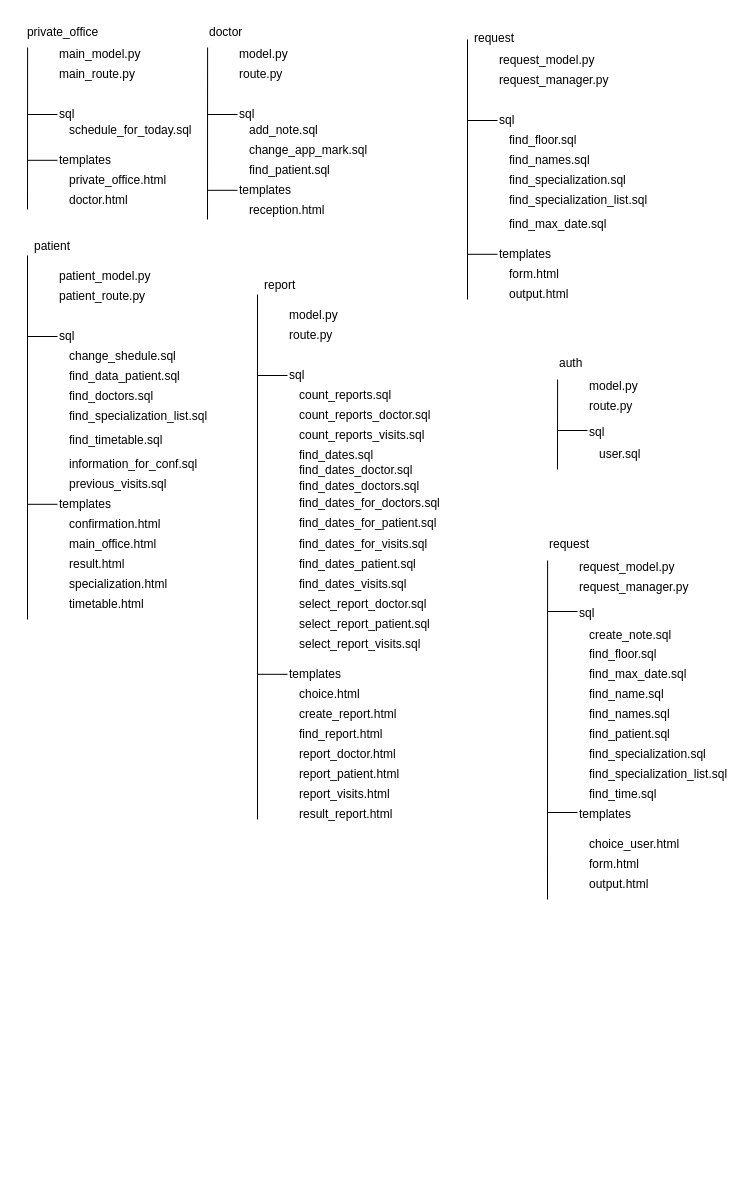
The draw.io diagram мьс/структуры_папок.drawio in Kirpichikk/final_project, before the edit. Source tidied: cells renumbered, new cells numbered last; positions are measured from the earlier drawing's top-left corner, leaving out a move shared by most shapes. Both pictures are drawn from the tidied source at 100%, with x=0, y=0 at pixel (17, 17).
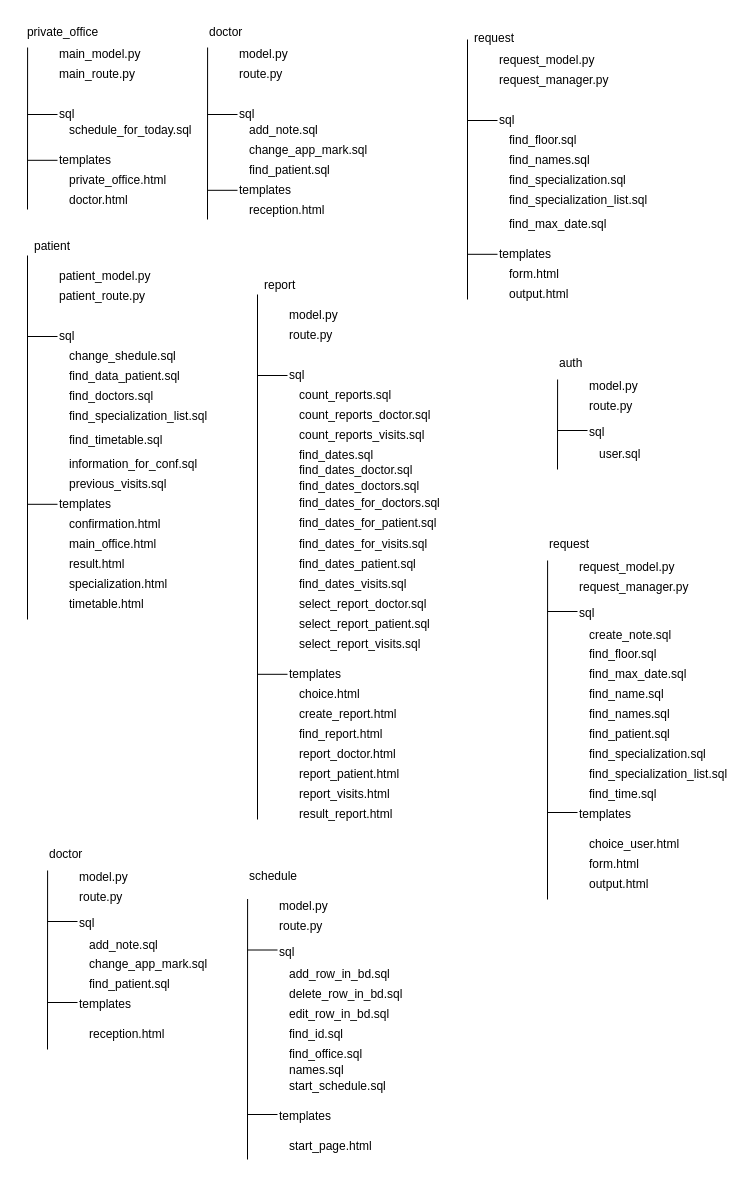
Above is the later version.

The edit, as a diff of the source:
```diff
@@
+    <mxCell id="116" style="endArrow=none;html=1;rounded=0;entryX=0.012;entryY=1.026;entryDx=0;entryDy=0;entryPerimeter=0;" parent="1" edge="1">
+      <mxGeometry relative="1" as="geometry">
+        <mxPoint x="30" y="1032" as="sourcePoint" />
+        <mxPoint x="30.1" y="853" as="targetPoint" />
+      </mxGeometry>
+    </mxCell>
+    <mxCell id="117" value="model.py" style="text;html=1;align=left;verticalAlign=middle;whiteSpace=wrap;rounded=0;" parent="1" vertex="1">
+      <mxGeometry x="60" y="845" width="60" height="30" as="geometry" />
+    </mxCell>
+    <mxCell id="118" value="route.py" style="text;html=1;align=left;verticalAlign=middle;whiteSpace=wrap;rounded=0;" parent="1" vertex="1">
+      <mxGeometry x="60" y="865" width="60" height="30" as="geometry" />
+    </mxCell>
+    <mxCell id="119" value="sql" style="text;html=1;align=left;verticalAlign=middle;whiteSpace=wrap;rounded=0;" parent="1" vertex="1">
+      <mxGeometry x="60" y="891" width="60" height="30" as="geometry" />
+    </mxCell>
+    <mxCell id="120" style="endArrow=none;html=1;rounded=0;entryX=0;entryY=0.5;entryDx=0;entryDy=0;" parent="1" edge="1">
+      <mxGeometry relative="1" as="geometry">
+        <mxPoint x="30" y="904" as="sourcePoint" />
+        <mxPoint x="60" y="904" as="targetPoint" />
+      </mxGeometry>
+    </mxCell>
+    <mxCell id="121" value="add_note.sql" style="text;html=1;align=left;verticalAlign=middle;whiteSpace=wrap;rounded=0;" parent="1" vertex="1">
+      <mxGeometry x="70" y="913" width="60" height="30" as="geometry" />
+    </mxCell>
+    <mxCell id="122" value="doctor" style="text;html=1;align=left;verticalAlign=middle;strokeColor=none;fillColor=none;" parent="1" vertex="1">
+      <mxGeometry x="30" y="822" width="60" height="30" as="geometry" />
+    </mxCell>
+    <mxCell id="123" value="change_app_mark.sql" style="text;html=1;align=left;verticalAlign=middle;whiteSpace=wrap;rounded=0;" parent="1" vertex="1">
+      <mxGeometry x="70" y="932" width="60" height="30" as="geometry" />
+    </mxCell>
+    <mxCell id="124" value="find_patient.sql" style="text;html=1;align=left;verticalAlign=middle;whiteSpace=wrap;rounded=0;" parent="1" vertex="1">
+      <mxGeometry x="70" y="952" width="60" height="30" as="geometry" />
+    </mxCell>
+    <mxCell id="125" value="templates" style="text;html=1;align=left;verticalAlign=middle;whiteSpace=wrap;rounded=0;" parent="1" vertex="1">
+      <mxGeometry x="60" y="972" width="60" height="30" as="geometry" />
+    </mxCell>
+    <mxCell id="126" style="endArrow=none;html=1;rounded=0;entryX=0;entryY=0.5;entryDx=0;entryDy=0;" parent="1" edge="1">
+      <mxGeometry relative="1" as="geometry">
+        <mxPoint x="30" y="985" as="sourcePoint" />
+        <mxPoint x="60" y="985" as="targetPoint" />
+      </mxGeometry>
+    </mxCell>
+    <mxCell id="127" value="reception.html" style="text;html=1;align=left;verticalAlign=middle;whiteSpace=wrap;rounded=0;" parent="1" vertex="1">
+      <mxGeometry x="70" y="1002" width="60" height="30" as="geometry" />
+    </mxCell>
+    <mxCell id="128" style="endArrow=none;html=1;rounded=0;entryX=0.012;entryY=1.026;entryDx=0;entryDy=0;entryPerimeter=0;" parent="1" edge="1">
+      <mxGeometry relative="1" as="geometry">
+        <mxPoint x="230" y="1142" as="sourcePoint" />
+        <mxPoint x="230.1" y="881.5" as="targetPoint" />
+      </mxGeometry>
+    </mxCell>
+    <mxCell id="129" value="model.py" style="text;html=1;align=left;verticalAlign=middle;whiteSpace=wrap;rounded=0;" parent="1" vertex="1">
+      <mxGeometry x="260" y="873.5" width="60" height="30" as="geometry" />
+    </mxCell>
+    <mxCell id="130" value="route.py" style="text;html=1;align=left;verticalAlign=middle;whiteSpace=wrap;rounded=0;" parent="1" vertex="1">
+      <mxGeometry x="260" y="893.5" width="60" height="30" as="geometry" />
+    </mxCell>
+    <mxCell id="131" value="sql" style="text;html=1;align=left;verticalAlign=middle;whiteSpace=wrap;rounded=0;" parent="1" vertex="1">
+      <mxGeometry x="260" y="919.5" width="60" height="30" as="geometry" />
+    </mxCell>
+    <mxCell id="132" style="endArrow=none;html=1;rounded=0;entryX=0;entryY=0.5;entryDx=0;entryDy=0;" parent="1" edge="1">
+      <mxGeometry relative="1" as="geometry">
+        <mxPoint x="230" y="932.5" as="sourcePoint" />
+        <mxPoint x="260" y="932.5" as="targetPoint" />
+      </mxGeometry>
+    </mxCell>
+    <mxCell id="133" value="add_row_in_bd.sql" style="text;html=1;align=left;verticalAlign=middle;whiteSpace=wrap;rounded=0;" parent="1" vertex="1">
+      <mxGeometry x="270" y="941.5" width="60" height="30" as="geometry" />
+    </mxCell>
+    <mxCell id="134" value="templates" style="text;html=1;align=left;verticalAlign=middle;whiteSpace=wrap;rounded=0;" parent="1" vertex="1">
+      <mxGeometry x="260" y="1084" width="60" height="30" as="geometry" />
+    </mxCell>
+    <mxCell id="135" style="endArrow=none;html=1;rounded=0;entryX=0;entryY=0.5;entryDx=0;entryDy=0;" parent="1" edge="1">
+      <mxGeometry relative="1" as="geometry">
+        <mxPoint x="230" y="1097" as="sourcePoint" />
+        <mxPoint x="260" y="1097" as="targetPoint" />
+      </mxGeometry>
+    </mxCell>
+    <mxCell id="136" value="start_page.html" style="text;html=1;align=left;verticalAlign=middle;whiteSpace=wrap;rounded=0;" parent="1" vertex="1">
+      <mxGeometry x="270" y="1114" width="60" height="30" as="geometry" />
+    </mxCell>
+    <mxCell id="137" value="schedule" style="text;html=1;align=left;verticalAlign=middle;strokeColor=none;fillColor=none;" parent="1" vertex="1">
+      <mxGeometry x="230" y="843.5" width="70" height="30" as="geometry" />
+    </mxCell>
+    <mxCell id="138" value="delete_row_in_bd.sql" style="text;html=1;align=left;verticalAlign=middle;whiteSpace=wrap;rounded=0;" parent="1" vertex="1">
+      <mxGeometry x="270" y="962" width="60" height="30" as="geometry" />
+    </mxCell>
+    <mxCell id="139" value="edit_row_in_bd.sql" style="text;html=1;align=left;verticalAlign=middle;whiteSpace=wrap;rounded=0;" parent="1" vertex="1">
+      <mxGeometry x="270" y="982" width="60" height="30" as="geometry" />
+    </mxCell>
+    <mxCell id="140" value="find_id.sql" style="text;html=1;align=left;verticalAlign=middle;whiteSpace=wrap;rounded=0;" parent="1" vertex="1">
+      <mxGeometry x="270" y="1002" width="60" height="30" as="geometry" />
+    </mxCell>
+    <mxCell id="141" value="find_office.sql" style="text;html=1;align=left;verticalAlign=middle;whiteSpace=wrap;rounded=0;" parent="1" vertex="1">
+      <mxGeometry x="270" y="1022" width="60" height="30" as="geometry" />
+    </mxCell>
+    <mxCell id="142" value="names.sql" style="text;html=1;align=left;verticalAlign=middle;whiteSpace=wrap;rounded=0;" parent="1" vertex="1">
+      <mxGeometry x="270" y="1038" width="60" height="30" as="geometry" />
+    </mxCell>
+    <mxCell id="143" value="start_schedule.sql" style="text;html=1;align=left;verticalAlign=middle;whiteSpace=wrap;rounded=0;" parent="1" vertex="1">
+      <mxGeometry x="270" y="1054" width="60" height="30" as="geometry" />
+    </mxCell>
```
